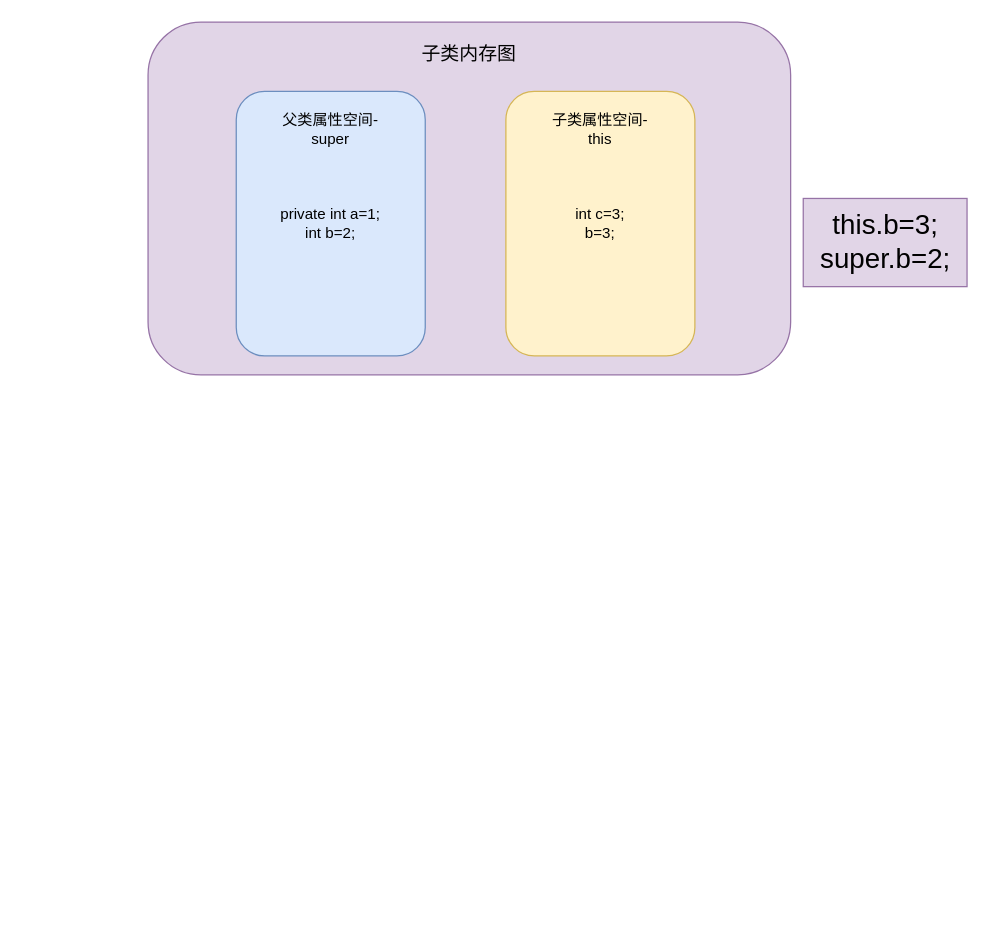
This is 未命名绘图.drawio from simeixue/drawGraph, a draw.io file, before an edit. Source tidied: cells renumbered, new cells numbered last; positions are measured from the earlier drawing's top-left corner, leaving out a move shared by most shapes. Both pictures are drawn from the tidied source at 126%, with x=0, y=0 at pixel (147, 21).
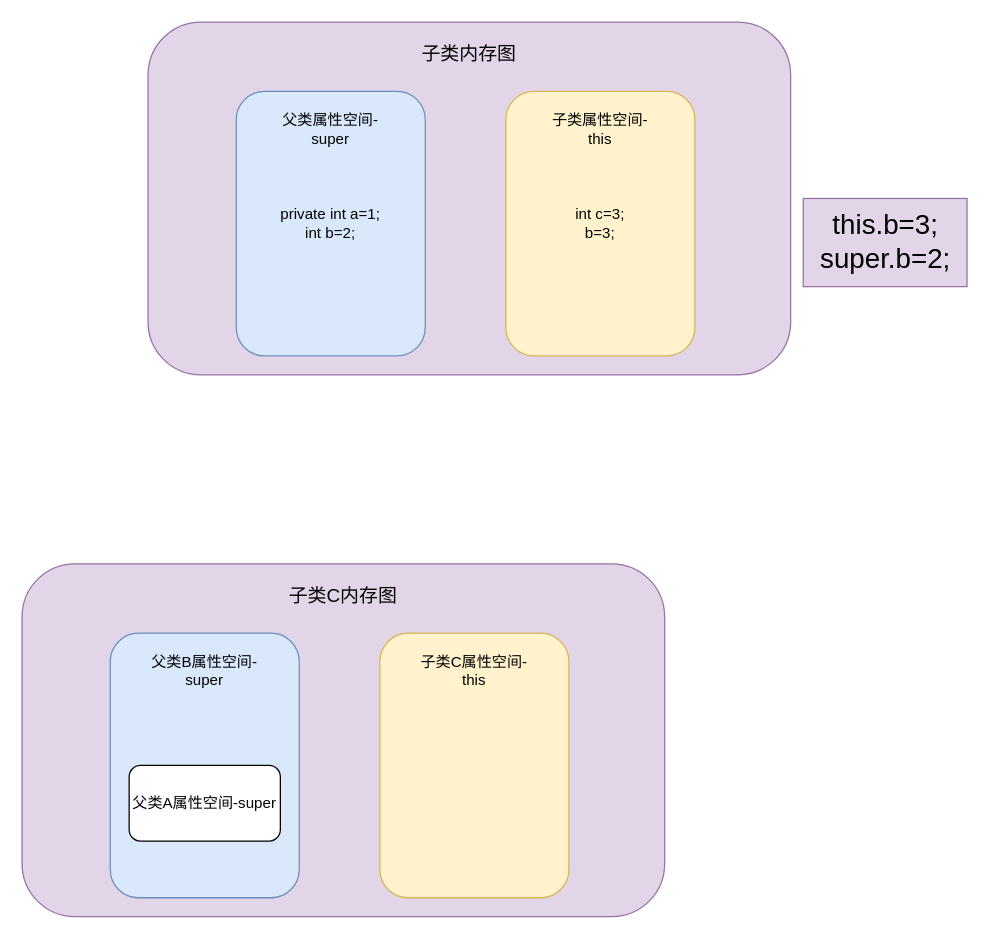
After the change.

Change to the diagram source:
```diff
@@
 <mxGraphModel>
   <root>
     <mxCell id="0" />
     <mxCell id="1" parent="0" />
     <mxCell id="2" style="rounded=1;whiteSpace=wrap;html=1;fillColor=#e1d5e7;strokeColor=#9673a6;" parent="1" vertex="1">
       <mxGeometry width="510" height="280" as="geometry" />
     </mxCell>
     <mxCell id="3" value="private int a=1;&lt;br&gt;int b=2;" style="rounded=1;whiteSpace=wrap;html=1;fillColor=#dae8fc;strokeColor=#6c8ebf;" parent="1" vertex="1">
       <mxGeometry x="70" y="55" width="150" height="210" as="geometry" />
     </mxCell>
     <mxCell id="4" value="int c=3;&lt;br&gt;b=3;" style="rounded=1;whiteSpace=wrap;html=1;fillColor=#fff2cc;strokeColor=#d6b656;" parent="1" vertex="1">
       <mxGeometry x="284" y="55" width="150" height="210" as="geometry" />
     </mxCell>
     <mxCell id="5" value="&lt;font style=&quot;font-size: 15px;&quot;&gt;子类内存图&lt;/font&gt;" style="text;html=1;strokeColor=none;fillColor=none;align=center;verticalAlign=middle;whiteSpace=wrap;rounded=0;" parent="1" vertex="1">
       <mxGeometry x="200" y="10" width="110" height="30" as="geometry" />
     </mxCell>
     <mxCell id="6" value="父类属性空间-super" style="text;html=1;strokeColor=none;fillColor=none;align=center;verticalAlign=middle;whiteSpace=wrap;rounded=0;" parent="1" vertex="1">
       <mxGeometry x="100" y="70" width="90" height="30" as="geometry" />
     </mxCell>
     <mxCell id="7" value="子类属性空间-this" style="text;html=1;strokeColor=none;fillColor=none;align=center;verticalAlign=middle;whiteSpace=wrap;rounded=0;" parent="1" vertex="1">
       <mxGeometry x="314" y="70" width="90" height="30" as="geometry" />
     </mxCell>
     <mxCell id="8" value="&lt;font style=&quot;font-size: 22px;&quot;&gt;this.b=3;&lt;br&gt;super.b=2;&lt;/font&gt;" style="text;html=1;align=center;verticalAlign=middle;strokeColor=#9673a6;fillColor=#e1d5e7;" parent="1" vertex="1">
       <mxGeometry x="520" y="140" width="130" height="70" as="geometry" />
     </mxCell>
+    <mxCell id="9" style="rounded=1;whiteSpace=wrap;html=1;fillColor=#e1d5e7;strokeColor=#9673a6;" parent="1" vertex="1">
+      <mxGeometry x="-100" y="430" width="510" height="280" as="geometry" />
+    </mxCell>
+    <mxCell id="10" style="rounded=1;whiteSpace=wrap;html=1;fillColor=#dae8fc;strokeColor=#6c8ebf;" parent="1" vertex="1">
+      <mxGeometry x="-30" y="485" width="150" height="210" as="geometry" />
+    </mxCell>
+    <mxCell id="11" style="rounded=1;whiteSpace=wrap;html=1;fillColor=#fff2cc;strokeColor=#d6b656;" parent="1" vertex="1">
+      <mxGeometry x="184" y="485" width="150" height="210" as="geometry" />
+    </mxCell>
+    <mxCell id="12" value="&lt;font style=&quot;font-size: 15px;&quot;&gt;子类C内存图&lt;/font&gt;" style="text;html=1;strokeColor=none;fillColor=none;align=center;verticalAlign=middle;whiteSpace=wrap;rounded=0;" parent="1" vertex="1">
+      <mxGeometry x="100" y="440" width="110" height="30" as="geometry" />
+    </mxCell>
+    <mxCell id="13" value="父类B属性空间-super" style="text;html=1;strokeColor=none;fillColor=none;align=center;verticalAlign=middle;whiteSpace=wrap;rounded=0;" parent="1" vertex="1">
+      <mxGeometry y="500" width="90" height="30" as="geometry" />
+    </mxCell>
+    <mxCell id="14" value="子类C属性空间-this" style="text;html=1;strokeColor=none;fillColor=none;align=center;verticalAlign=middle;whiteSpace=wrap;rounded=0;" parent="1" vertex="1">
+      <mxGeometry x="214" y="500" width="90" height="30" as="geometry" />
+    </mxCell>
+    <mxCell id="15" value="父类A属性空间-super" style="rounded=1;whiteSpace=wrap;html=1;" parent="1" vertex="1">
+      <mxGeometry x="-15" y="590" width="120" height="60" as="geometry" />
+    </mxCell>
   </root>
 </mxGraphModel>
```
